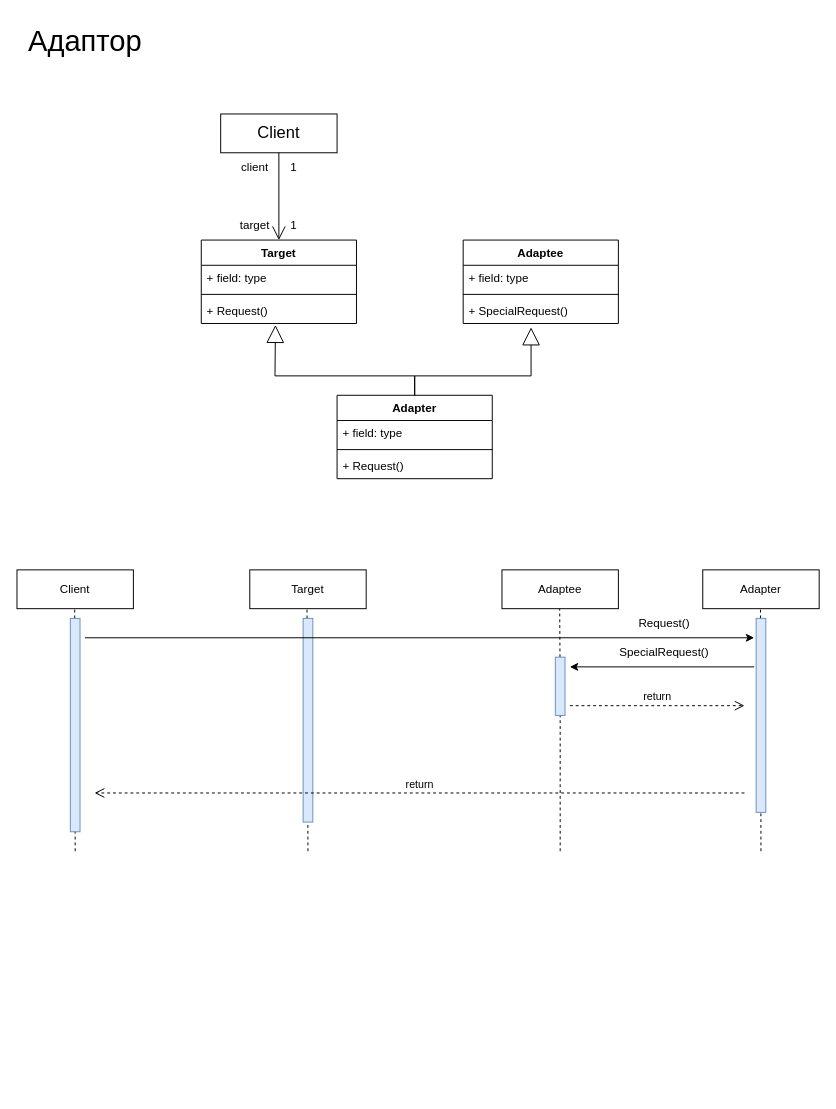
Earlier version of the draw.io diagram Practic.drawio (VyugaSW/Diagram-Practic-11.04.2023). Source tidied: cells renumbered, new cells numbered last; positions are measured from the earlier drawing's top-left corner, leaving out a move shared by most shapes. Both pictures are drawn from the tidied source at 97%, with x=0, y=0 at pixel (16, 16).
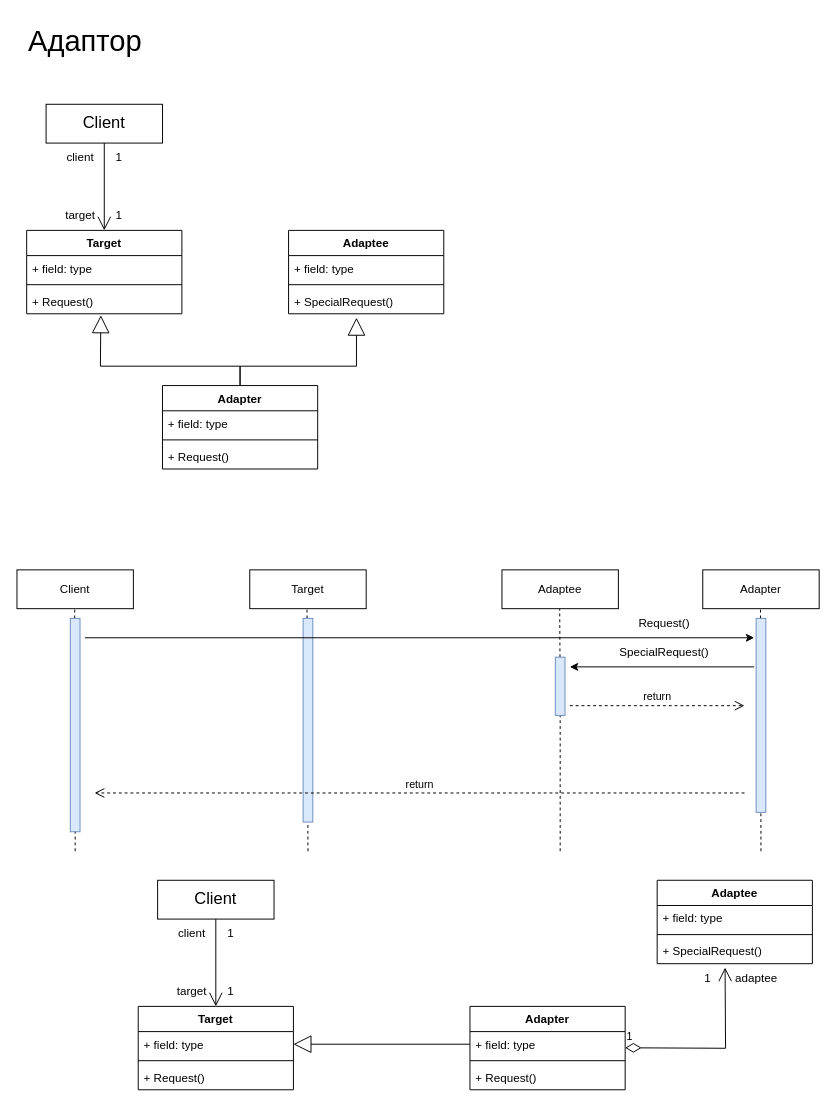
The same page after the edit.

The change refers to these unchanged cells:
```xml
<mxCell id="11" value="+ Request()" style="text;strokeColor=none;fillColor=none;align=left;verticalAlign=top;spacingLeft=4;spacingRight=4;overflow=hidden;points=[[0,0.5],[1,0.5]];portConstraint=eastwest;whiteSpace=wrap;html=1;" parent="8" vertex="1">
  <mxGeometry y="60" width="160" height="26" as="geometry" />
</mxCell>
```

Diff of the diagram source:
```diff
@@
     <mxCell id="7" value="Client" style="rounded=0;whiteSpace=wrap;html=1;fontSize=17;" parent="1" vertex="1">
-      <mxGeometry x="210" y="100" width="120" height="40" as="geometry" />
+      <mxGeometry x="30" y="90" width="120" height="40" as="geometry" />
     </mxCell>
     <mxCell id="8" value="Target" style="swimlane;fontStyle=1;align=center;verticalAlign=top;horizontal=1;startSize=26;whiteSpace=wrap;html=1;" parent="1" vertex="1">
-      <mxGeometry x="190" y="230" width="160" height="86" as="geometry" />
+      <mxGeometry x="10" y="220" width="160" height="86" as="geometry" />
     </mxCell>
@@
     <mxCell id="12" value="Adaptee" style="swimlane;fontStyle=1;align=center;verticalAlign=top;horizontal=1;startSize=26;whiteSpace=wrap;html=1;" parent="1" vertex="1">
-      <mxGeometry x="460" y="230" width="160" height="86" as="geometry" />
+      <mxGeometry x="280" y="220" width="160" height="86" as="geometry" />
     </mxCell>
@@
     <mxCell id="16" value="Adapter" style="swimlane;fontStyle=1;align=center;verticalAlign=top;horizontal=1;startSize=26;whiteSpace=wrap;html=1;" parent="1" vertex="1">
-      <mxGeometry x="330" y="390" width="160" height="86" as="geometry" />
+      <mxGeometry x="150" y="380" width="160" height="86" as="geometry" />
     </mxCell>
@@
     <mxCell id="21" value="1" style="text;html=1;align=center;verticalAlign=middle;strokeColor=none;fillColor=none;" parent="1" vertex="1">
-      <mxGeometry x="270" y="140" width="30" height="30" as="geometry" />
+      <mxGeometry x="90" y="130" width="30" height="30" as="geometry" />
     </mxCell>
     <mxCell id="22" value="1" style="text;html=1;align=center;verticalAlign=middle;strokeColor=none;fillColor=none;" parent="1" vertex="1">
-      <mxGeometry x="270" y="200" width="30" height="30" as="geometry" />
+      <mxGeometry x="90" y="190" width="30" height="30" as="geometry" />
     </mxCell>
     <mxCell id="23" value="client" style="text;html=1;align=center;verticalAlign=middle;strokeColor=none;fillColor=none;" parent="1" vertex="1">
-      <mxGeometry x="220" y="140" width="50" height="30" as="geometry" />
+      <mxGeometry x="40" y="130" width="50" height="30" as="geometry" />
     </mxCell>
     <mxCell id="24" value="target" style="text;html=1;align=center;verticalAlign=middle;strokeColor=none;fillColor=none;" parent="1" vertex="1">
-      <mxGeometry x="220" y="200" width="50" height="30" as="geometry" />
+      <mxGeometry x="40" y="190" width="50" height="30" as="geometry" />
     </mxCell>
-    <mxCell id="25" style="endArrow=block;endSize=16;endFill=0;html=1;rounded=0;entryX=0.478;entryY=1.058;entryDx=0;entryDy=0;exitX=0.5;exitY=0;exitDx=0;exitDy=0;entryPerimeter=0;" parent="1" edge="1" source="16" target="11">
+    <mxCell id="25" style="endArrow=block;endSize=16;endFill=0;html=1;rounded=0;entryX=0.478;entryY=1.058;entryDx=0;entryDy=0;exitX=0.5;exitY=0;exitDx=0;exitDy=0;entryPerimeter=0;" parent="1" edge="1" target="11">
       <mxGeometry relative="1" as="geometry">
+        <mxPoint x="230" y="380" as="sourcePoint" />
         <Array as="points">
-          <mxPoint x="410" y="370" />
-          <mxPoint x="266" y="370" />
+          <mxPoint x="230" y="360" />
+          <mxPoint x="86" y="360" />
         </Array>
       </mxGeometry>
     </mxCell>
-    <mxCell id="26" style="endArrow=block;endSize=16;endFill=0;html=1;rounded=0;exitX=0.5;exitY=0;exitDx=0;exitDy=0;" parent="1" edge="1" source="16">
+    <mxCell id="26" style="endArrow=block;endSize=16;endFill=0;html=1;rounded=0;exitX=0.5;exitY=0;exitDx=0;exitDy=0;" parent="1" edge="1">
       <mxGeometry relative="1" as="geometry">
-        <mxPoint x="530" y="320" as="targetPoint" />
+        <mxPoint x="230" y="380" as="sourcePoint" />
+        <mxPoint x="350" y="310" as="targetPoint" />
         <Array as="points">
-          <mxPoint x="410" y="370" />
-          <mxPoint x="530" y="370" />
+          <mxPoint x="230" y="360" />
+          <mxPoint x="350" y="360" />
         </Array>
       </mxGeometry>
     </mxCell>
@@
+    <mxCell id="42" value="Client" style="rounded=0;whiteSpace=wrap;html=1;fontSize=17;" parent="1" vertex="1">
+      <mxGeometry x="145" y="890" width="120" height="40" as="geometry" />
+    </mxCell>
+    <mxCell id="43" value="Target" style="swimlane;fontStyle=1;align=center;verticalAlign=top;horizontal=1;startSize=26;whiteSpace=wrap;html=1;" parent="1" vertex="1">
+      <mxGeometry x="125" y="1020" width="160" height="86" as="geometry" />
+    </mxCell>
+    <mxCell id="44" value="+ field: type" style="text;strokeColor=none;fillColor=none;align=left;verticalAlign=top;spacingLeft=4;spacingRight=4;overflow=hidden;points=[[0,0.5],[1,0.5]];portConstraint=eastwest;whiteSpace=wrap;html=1;" parent="43" vertex="1">
+      <mxGeometry y="26" width="160" height="26" as="geometry" />
+    </mxCell>
+    <mxCell id="45" style="line;strokeWidth=1;fillColor=none;align=left;verticalAlign=middle;spacingTop=-1;spacingLeft=3;spacingRight=3;labelPosition=right;strokeColor=inherit;" parent="43" vertex="1">
+      <mxGeometry y="52" width="160" height="8" as="geometry" />
+    </mxCell>
+    <mxCell id="46" value="+ Request()" style="text;strokeColor=none;fillColor=none;align=left;verticalAlign=top;spacingLeft=4;spacingRight=4;overflow=hidden;whiteSpace=wrap;html=1;" parent="43" vertex="1">
+      <mxGeometry y="60" width="160" height="26" as="geometry" />
+    </mxCell>
+    <mxCell id="47" value="Adaptee" style="swimlane;fontStyle=1;align=center;verticalAlign=top;horizontal=1;startSize=26;whiteSpace=wrap;html=1;" parent="1" vertex="1">
+      <mxGeometry x="660" y="890" width="160" height="86" as="geometry" />
+    </mxCell>
+    <mxCell id="48" value="+ field: type" style="text;strokeColor=none;fillColor=none;align=left;verticalAlign=top;spacingLeft=4;spacingRight=4;overflow=hidden;whiteSpace=wrap;html=1;" parent="47" vertex="1">
+      <mxGeometry y="26" width="160" height="26" as="geometry" />
+    </mxCell>
+    <mxCell id="49" style="line;strokeWidth=1;fillColor=none;align=left;verticalAlign=middle;spacingTop=-1;spacingLeft=3;spacingRight=3;labelPosition=right;strokeColor=inherit;" parent="47" vertex="1">
+      <mxGeometry y="52" width="160" height="8" as="geometry" />
+    </mxCell>
+    <mxCell id="50" value="+ SpecialRequest()" style="text;strokeColor=none;fillColor=none;align=left;verticalAlign=top;spacingLeft=4;spacingRight=4;overflow=hidden;whiteSpace=wrap;html=1;" parent="47" vertex="1">
+      <mxGeometry y="60" width="160" height="26" as="geometry" />
+    </mxCell>
+    <mxCell id="51" value="Adapter" style="swimlane;fontStyle=1;align=center;verticalAlign=top;horizontal=1;startSize=26;whiteSpace=wrap;html=1;" parent="1" vertex="1">
+      <mxGeometry x="467" y="1020" width="160" height="86" as="geometry" />
+    </mxCell>
+    <mxCell id="52" value="+ field: type" style="text;strokeColor=none;fillColor=none;align=left;verticalAlign=top;spacingLeft=4;spacingRight=4;overflow=hidden;points=[[0,0.5],[1,0.5]];portConstraint=eastwest;whiteSpace=wrap;html=1;" parent="51" vertex="1">
+      <mxGeometry y="26" width="160" height="26" as="geometry" />
+    </mxCell>
+    <mxCell id="53" style="line;strokeWidth=1;fillColor=none;align=left;verticalAlign=middle;spacingTop=-1;spacingLeft=3;spacingRight=3;labelPosition=right;strokeColor=inherit;" parent="51" vertex="1">
+      <mxGeometry y="52" width="160" height="8" as="geometry" />
+    </mxCell>
+    <mxCell id="54" value="+ Request()" style="text;strokeColor=none;fillColor=none;align=left;verticalAlign=top;spacingLeft=4;spacingRight=4;overflow=hidden;whiteSpace=wrap;html=1;" parent="51" vertex="1">
+      <mxGeometry y="60" width="160" height="26" as="geometry" />
+    </mxCell>
+    <mxCell id="55" style="endArrow=open;endFill=1;endSize=12;html=1;rounded=0;exitX=0.5;exitY=1;exitDx=0;exitDy=0;entryX=0.5;entryY=0;entryDx=0;entryDy=0;" parent="1" edge="1" source="42" target="43">
+      <mxGeometry relative="1" as="geometry" />
+    </mxCell>
+    <mxCell id="56" value="1" style="text;html=1;align=center;verticalAlign=middle;strokeColor=none;fillColor=none;" parent="1" vertex="1">
+      <mxGeometry x="205" y="930" width="30" height="30" as="geometry" />
+    </mxCell>
+    <mxCell id="57" value="1" style="text;html=1;align=center;verticalAlign=middle;strokeColor=none;fillColor=none;" parent="1" vertex="1">
+      <mxGeometry x="205" y="990" width="30" height="30" as="geometry" />
+    </mxCell>
+    <mxCell id="58" value="client" style="text;html=1;align=center;verticalAlign=middle;strokeColor=none;fillColor=none;" parent="1" vertex="1">
+      <mxGeometry x="155" y="930" width="50" height="30" as="geometry" />
+    </mxCell>
+    <mxCell id="59" value="target" style="text;html=1;align=center;verticalAlign=middle;strokeColor=none;fillColor=none;" parent="1" vertex="1">
+      <mxGeometry x="155" y="990" width="50" height="30" as="geometry" />
+    </mxCell>
+    <mxCell id="60" style="endArrow=block;endSize=16;endFill=0;html=1;rounded=0;exitX=0;exitY=0.5;exitDx=0;exitDy=0;entryX=1;entryY=0.5;entryDx=0;entryDy=0;" parent="1" edge="1" source="52" target="44">
+      <mxGeometry relative="1" as="geometry" />
+    </mxCell>
+    <mxCell id="61" value="1" style="endArrow=open;html=1;endSize=12;startArrow=diamondThin;startSize=14;startFill=0;edgeStyle=orthogonalEdgeStyle;align=left;verticalAlign=bottom;rounded=0;" parent="1" edge="1">
+      <mxGeometry x="-1" y="3" relative="1" as="geometry">
+        <mxPoint x="627" y="1062.7" as="sourcePoint" />
+        <mxPoint x="730" y="980" as="targetPoint" />
+      </mxGeometry>
+    </mxCell>
+    <mxCell id="62" value="1" style="text;html=1;align=center;verticalAlign=middle;strokeColor=none;fillColor=none;" parent="1" vertex="1">
+      <mxGeometry x="697" y="976" width="30" height="30" as="geometry" />
+    </mxCell>
+    <mxCell id="63" value="adaptee" style="text;html=1;align=center;verticalAlign=middle;strokeColor=none;fillColor=none;" parent="1" vertex="1">
+      <mxGeometry x="727" y="976" width="70" height="30" as="geometry" />
+    </mxCell>
```
